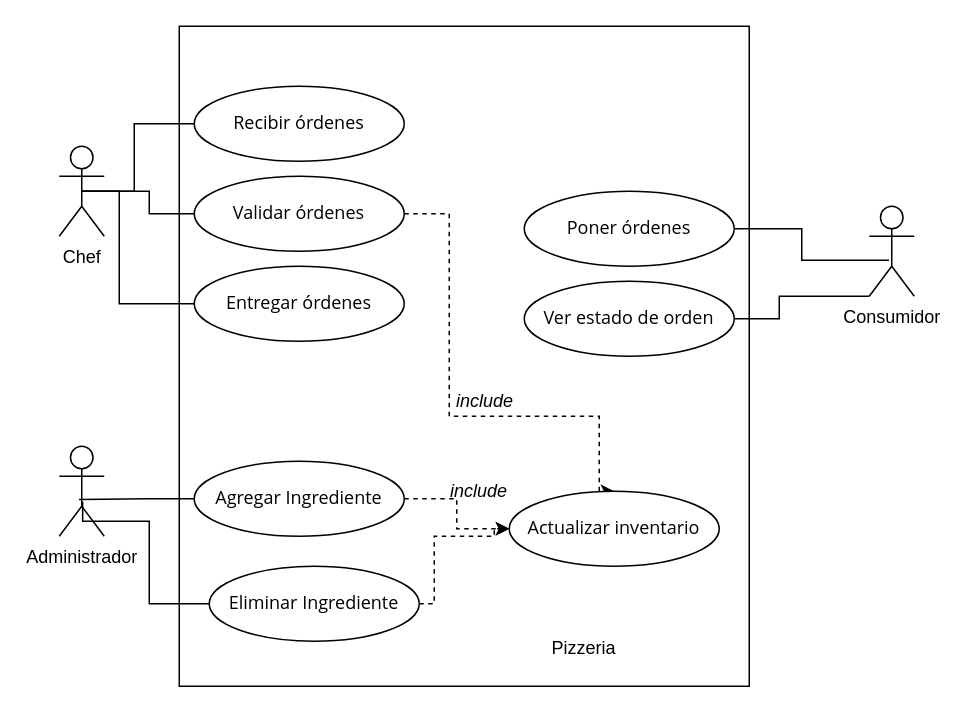
The draw.io diagram diagramas/Diagrama_casosUsos.drawio in holgOrub2912/principiosSOLID, before the edit. Source tidied: cells renumbered, new cells numbered last; positions are measured from the earlier drawing's top-left corner, leaving out a move shared by most shapes. Both pictures are drawn from the tidied source at 150%, with x=0, y=0 at pixel (58, 26).
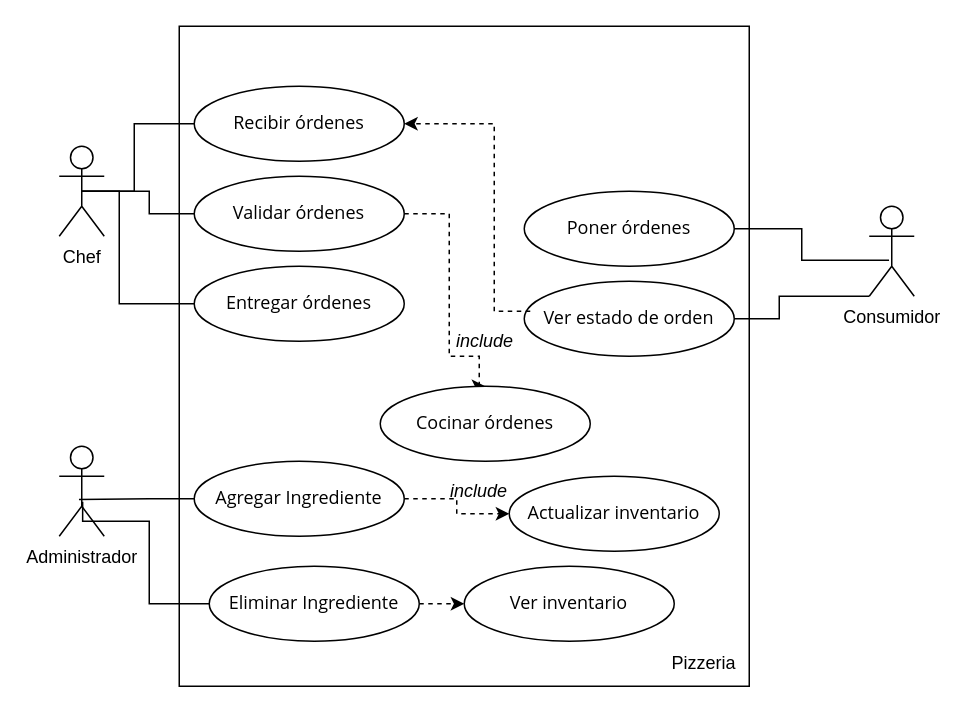
The same page after the edit.

Commit message (it also covers changes not shown here):
Modificar diagramas

The change refers to these unchanged cells:
```xml
<mxCell id="6" value="&lt;span style=&quot;font-family: Aptos, &amp;quot;Segoe UI&amp;quot;, &amp;quot;Helvetica Neue&amp;quot;, sans-serif; text-align: left; white-space-collapse: preserve;&quot;&gt;&lt;font&gt;Recibir órdenes&lt;/font&gt;&lt;/span&gt;" style="ellipse;whiteSpace=wrap;html=1;" parent="1" vertex="1">
  <mxGeometry x="90" y="40" width="140" height="50" as="geometry" />
</mxCell>
<mxCell id="8" value="&lt;span style=&quot;font-family: Aptos, &amp;quot;Segoe UI&amp;quot;, &amp;quot;Helvetica Neue&amp;quot;, sans-serif; text-align: left; white-space-collapse: preserve;&quot;&gt;&lt;font&gt;Validar órdenes&lt;/font&gt;&lt;/span&gt;" style="ellipse;whiteSpace=wrap;html=1;" parent="1" vertex="1">
  <mxGeometry x="90" y="100" width="140" height="50" as="geometry" />
</mxCell>
<mxCell id="21" value="&lt;div style=&quot;text-align: left;&quot;&gt;&lt;font face=&quot;Aptos, Segoe UI, Helvetica Neue, sans-serif&quot;&gt;&lt;span style=&quot;white-space-collapse: preserve;&quot;&gt;Eliminar Ingrediente&lt;/span&gt;&lt;/font&gt;&lt;/div&gt;" style="ellipse;whiteSpace=wrap;html=1;" parent="1" vertex="1">
  <mxGeometry x="100" y="360" width="140" height="50" as="geometry" />
</mxCell>
```

Change to the diagram source:
```diff
@@
-    <mxCell id="7" style="edgeStyle=orthogonalEdgeStyle;rounded=0;jettySize=auto;html=1;exitX=1;exitY=0.5;exitDx=0;exitDy=0;entryX=0.5;entryY=0;entryDx=0;entryDy=0;dashed=1;" parent="1" edge="1" source="8" target="23">
+    <mxCell id="7" style="edgeStyle=orthogonalEdgeStyle;rounded=0;jettySize=auto;html=1;exitX=1;exitY=0.5;exitDx=0;exitDy=0;dashed=1;entryX=0.5;entryY=0;entryDx=0;entryDy=0;" parent="1" edge="1" source="8" target="29">
       <mxGeometry relative="1" as="geometry">
         <Array as="points">
           <mxPoint x="260" y="125" />
-          <mxPoint x="260" y="260" />
-          <mxPoint x="360" y="260" />
+          <mxPoint x="260" y="220" />
+          <mxPoint x="280" y="220" />
+          <mxPoint x="280" y="240" />
         </Array>
       </mxGeometry>
     </mxCell>
@@
     <mxCell id="18" value="Pizzeria" style="text;html=1;align=center;verticalAlign=middle;whiteSpace=wrap;rounded=0;" parent="1" vertex="1">
-      <mxGeometry x="320" y="400" width="60" height="30" as="geometry" />
+      <mxGeometry x="400" y="410" width="60" height="30" as="geometry" />
     </mxCell>
@@
-    <mxCell id="20" style="edgeStyle=orthogonalEdgeStyle;rounded=0;jettySize=auto;html=1;exitX=1;exitY=0.5;exitDx=0;exitDy=0;entryX=0;entryY=0.5;entryDx=0;entryDy=0;dashed=1;" parent="1" edge="1" source="21" target="23">
-      <mxGeometry relative="1" as="geometry">
-        <Array as="points">
-          <mxPoint x="250" y="385" />
-          <mxPoint x="250" y="340" />
-          <mxPoint x="290" y="340" />
-        </Array>
-      </mxGeometry>
-    </mxCell>
+    <mxCell id="27" style="edgeStyle=orthogonalEdgeStyle;rounded=0;jettySize=auto;html=1;exitX=1;exitY=0.5;exitDx=0;exitDy=0;entryX=0;entryY=0.5;entryDx=0;entryDy=0;dashed=1;" parent="1" edge="1" source="21" target="30">
+      <mxGeometry relative="1" as="geometry" />
+    </mxCell>
@@
     <mxCell id="23" value="&lt;div style=&quot;text-align: left;&quot;&gt;&lt;font face=&quot;Aptos, Segoe UI, Helvetica Neue, sans-serif&quot;&gt;&lt;span style=&quot;white-space-collapse: preserve;&quot;&gt;Actualizar inventario&lt;/span&gt;&lt;/font&gt;&lt;/div&gt;" style="ellipse;whiteSpace=wrap;html=1;" parent="1" vertex="1">
-      <mxGeometry x="300" y="310" width="140" height="50" as="geometry" />
+      <mxGeometry x="300" y="300" width="140" height="50" as="geometry" />
     </mxCell>
@@
+    <mxCell id="28" style="edgeStyle=orthogonalEdgeStyle;rounded=0;jettySize=auto;html=1;exitX=1;exitY=0;exitDx=0;exitDy=0;entryX=1;entryY=0.5;entryDx=0;entryDy=0;dashed=1;" parent="1" edge="1" source="25" target="6">
+      <mxGeometry relative="1" as="geometry">
+        <Array as="points">
+          <mxPoint x="290" y="190" />
+          <mxPoint x="290" y="65" />
+        </Array>
+      </mxGeometry>
+    </mxCell>
     <mxCell id="25" value="&lt;i&gt;include&lt;/i&gt;" style="text;html=1;align=center;verticalAlign=middle;whiteSpace=wrap;rounded=0;" parent="1" vertex="1">
-      <mxGeometry x="254" y="230" width="60" height="40" as="geometry" />
+      <mxGeometry x="254" y="190" width="60" height="40" as="geometry" />
     </mxCell>
@@
+    <mxCell id="29" value="&lt;div style=&quot;text-align: left;&quot;&gt;&lt;font face=&quot;Aptos, Segoe UI, Helvetica Neue, sans-serif&quot;&gt;&lt;span style=&quot;white-space-collapse: preserve;&quot;&gt;Cocinar órdenes&lt;/span&gt;&lt;/font&gt;&lt;/div&gt;" style="ellipse;whiteSpace=wrap;html=1;" parent="1" vertex="1">
+      <mxGeometry x="214" y="240" width="140" height="50" as="geometry" />
+    </mxCell>
+    <mxCell id="30" value="&lt;div style=&quot;text-align: left;&quot;&gt;&lt;font face=&quot;Aptos, Segoe UI, Helvetica Neue, sans-serif&quot;&gt;&lt;span style=&quot;white-space-collapse: preserve;&quot;&gt;Ver inventario&lt;/span&gt;&lt;/font&gt;&lt;/div&gt;" style="ellipse;whiteSpace=wrap;html=1;" parent="1" vertex="1">
+      <mxGeometry x="270" y="360" width="140" height="50" as="geometry" />
+    </mxCell>
```
